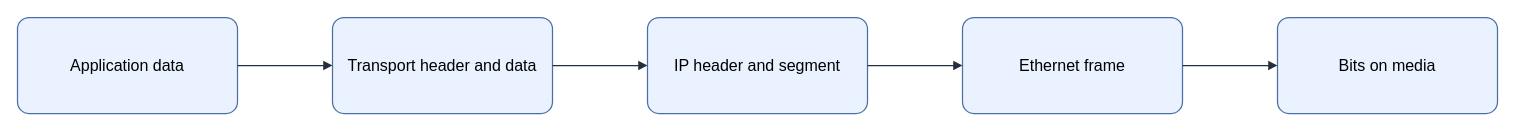
This is assets/img/network/osi-encapsulation-flow.drawio from KKamJi98/kkamji98.github.io, a draw.io file, before an edit. Source tidied: cells renumbered, new cells numbered last; positions are measured from the earlier drawing's top-left corner, leaving out a move shared by most shapes. Both pictures are drawn from the tidied source at 100%, with x=0, y=0 at pixel (17, 17).
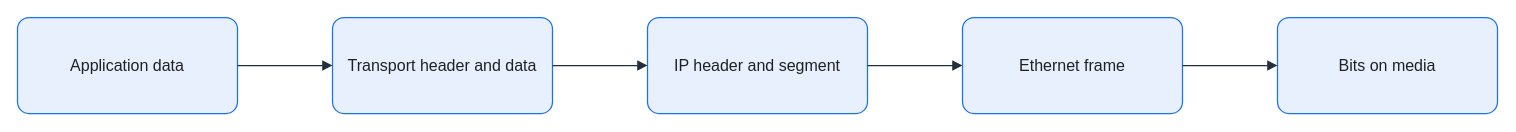
The same diagram, later.

Change to the diagram source:
```diff
@@
 <mxGraphModel background="#FFFFFF">
   <root>
     <mxCell id="0" />
     <mxCell id="1" parent="0" />
-    <mxCell id="2" value="Application data" style="rounded=1;arcSize=12;whiteSpace=wrap;html=0;fillColor=#EAF2FF;strokeColor=#4A6FA5;strokeWidth=1.25;fontColor=#000000;fontSize=16;align=center;verticalAlign=middle;spacing=8;shadow=0;" parent="1" vertex="1">
+    <mxCell id="2" value="Application data" style="rounded=1;arcSize=12;whiteSpace=wrap;html=0;fillColor=#E8F0FE;strokeColor=#1A73E8;strokeWidth=1.25;fontColor=#202124;fontSize=16;align=center;verticalAlign=middle;spacing=8;shadow=0;" parent="1" vertex="1">
       <mxGeometry width="220" height="96" as="geometry" />
     </mxCell>
-    <mxCell id="3" value="Transport header and data" style="rounded=1;arcSize=12;whiteSpace=wrap;html=0;fillColor=#EAF2FF;strokeColor=#4A6FA5;strokeWidth=1.25;fontColor=#000000;fontSize=16;align=center;verticalAlign=middle;spacing=8;shadow=0;" parent="1" vertex="1">
+    <mxCell id="3" value="Transport header and data" style="rounded=1;arcSize=12;whiteSpace=wrap;html=0;fillColor=#E8F0FE;strokeColor=#1A73E8;strokeWidth=1.25;fontColor=#202124;fontSize=16;align=center;verticalAlign=middle;spacing=8;shadow=0;" parent="1" vertex="1">
       <mxGeometry x="315" width="220" height="96" as="geometry" />
     </mxCell>
-    <mxCell id="4" value="IP header and segment" style="rounded=1;arcSize=12;whiteSpace=wrap;html=0;fillColor=#EAF2FF;strokeColor=#4A6FA5;strokeWidth=1.25;fontColor=#000000;fontSize=16;align=center;verticalAlign=middle;spacing=8;shadow=0;" parent="1" vertex="1">
+    <mxCell id="4" value="IP header and segment" style="rounded=1;arcSize=12;whiteSpace=wrap;html=0;fillColor=#E8F0FE;strokeColor=#1A73E8;strokeWidth=1.25;fontColor=#202124;fontSize=16;align=center;verticalAlign=middle;spacing=8;shadow=0;" parent="1" vertex="1">
       <mxGeometry x="630" width="220" height="96" as="geometry" />
     </mxCell>
-    <mxCell id="5" value="Ethernet frame" style="rounded=1;arcSize=12;whiteSpace=wrap;html=0;fillColor=#EAF2FF;strokeColor=#4A6FA5;strokeWidth=1.25;fontColor=#000000;fontSize=16;align=center;verticalAlign=middle;spacing=8;shadow=0;" parent="1" vertex="1">
+    <mxCell id="5" value="Ethernet frame" style="rounded=1;arcSize=12;whiteSpace=wrap;html=0;fillColor=#E8F0FE;strokeColor=#1A73E8;strokeWidth=1.25;fontColor=#202124;fontSize=16;align=center;verticalAlign=middle;spacing=8;shadow=0;" parent="1" vertex="1">
       <mxGeometry x="945" width="220" height="96" as="geometry" />
     </mxCell>
-    <mxCell id="6" value="Bits on media" style="rounded=1;arcSize=12;whiteSpace=wrap;html=0;fillColor=#EAF2FF;strokeColor=#4A6FA5;strokeWidth=1.25;fontColor=#000000;fontSize=16;align=center;verticalAlign=middle;spacing=8;shadow=0;" parent="1" vertex="1">
+    <mxCell id="6" value="Bits on media" style="rounded=1;arcSize=12;whiteSpace=wrap;html=0;fillColor=#E8F0FE;strokeColor=#1A73E8;strokeWidth=1.25;fontColor=#202124;fontSize=16;align=center;verticalAlign=middle;spacing=8;shadow=0;" parent="1" vertex="1">
       <mxGeometry x="1260" width="220" height="96" as="geometry" />
     </mxCell>
-    <mxCell id="7" style="edgeStyle=orthogonalEdgeStyle;rounded=0;jettySize=auto;html=0;endArrow=block;endFill=1;strokeColor=#232F3E;strokeWidth=1.25;fontColor=#000000;labelBackgroundColor=none;exitX=1;exitY=0.5;exitDx=0;exitDy=0;entryX=0;entryY=0.5;entryDx=0;entryDy=0;" parent="1" edge="1" source="2" target="3">
+    <mxCell id="7" style="edgeStyle=orthogonalEdgeStyle;rounded=0;jettySize=auto;html=0;endArrow=block;endFill=1;strokeColor=#232F3E;strokeWidth=1.25;fontColor=#202124;labelBackgroundColor=none;exitX=1;exitY=0.5;exitDx=0;exitDy=0;entryX=0;entryY=0.5;entryDx=0;entryDy=0;endSize=7;" parent="1" edge="1" source="2" target="3">
       <mxGeometry relative="1" as="geometry" />
     </mxCell>
-    <mxCell id="8" style="edgeStyle=orthogonalEdgeStyle;rounded=0;jettySize=auto;html=0;endArrow=block;endFill=1;strokeColor=#232F3E;strokeWidth=1.25;fontColor=#000000;labelBackgroundColor=none;exitX=1;exitY=0.5;exitDx=0;exitDy=0;entryX=0;entryY=0.5;entryDx=0;entryDy=0;" parent="1" edge="1" source="3" target="4">
+    <mxCell id="8" style="edgeStyle=orthogonalEdgeStyle;rounded=0;jettySize=auto;html=0;endArrow=block;endFill=1;strokeColor=#232F3E;strokeWidth=1.25;fontColor=#202124;labelBackgroundColor=none;exitX=1;exitY=0.5;exitDx=0;exitDy=0;entryX=0;entryY=0.5;entryDx=0;entryDy=0;endSize=7;" parent="1" edge="1" source="3" target="4">
       <mxGeometry relative="1" as="geometry" />
     </mxCell>
-    <mxCell id="9" style="edgeStyle=orthogonalEdgeStyle;rounded=0;jettySize=auto;html=0;endArrow=block;endFill=1;strokeColor=#232F3E;strokeWidth=1.25;fontColor=#000000;labelBackgroundColor=none;exitX=1;exitY=0.5;exitDx=0;exitDy=0;entryX=0;entryY=0.5;entryDx=0;entryDy=0;" parent="1" edge="1" source="4" target="5">
+    <mxCell id="9" style="edgeStyle=orthogonalEdgeStyle;rounded=0;jettySize=auto;html=0;endArrow=block;endFill=1;strokeColor=#232F3E;strokeWidth=1.25;fontColor=#202124;labelBackgroundColor=none;exitX=1;exitY=0.5;exitDx=0;exitDy=0;entryX=0;entryY=0.5;entryDx=0;entryDy=0;endSize=7;" parent="1" edge="1" source="4" target="5">
       <mxGeometry relative="1" as="geometry" />
     </mxCell>
-    <mxCell id="10" style="edgeStyle=orthogonalEdgeStyle;rounded=0;jettySize=auto;html=0;endArrow=block;endFill=1;strokeColor=#232F3E;strokeWidth=1.25;fontColor=#000000;labelBackgroundColor=none;exitX=1;exitY=0.5;exitDx=0;exitDy=0;entryX=0;entryY=0.5;entryDx=0;entryDy=0;" parent="1" edge="1" source="5" target="6">
+    <mxCell id="10" style="edgeStyle=orthogonalEdgeStyle;rounded=0;jettySize=auto;html=0;endArrow=block;endFill=1;strokeColor=#232F3E;strokeWidth=1.25;fontColor=#202124;labelBackgroundColor=none;exitX=1;exitY=0.5;exitDx=0;exitDy=0;entryX=0;entryY=0.5;entryDx=0;entryDy=0;endSize=7;" parent="1" edge="1" source="5" target="6">
       <mxGeometry relative="1" as="geometry" />
     </mxCell>
   </root>
 </mxGraphModel>
```
